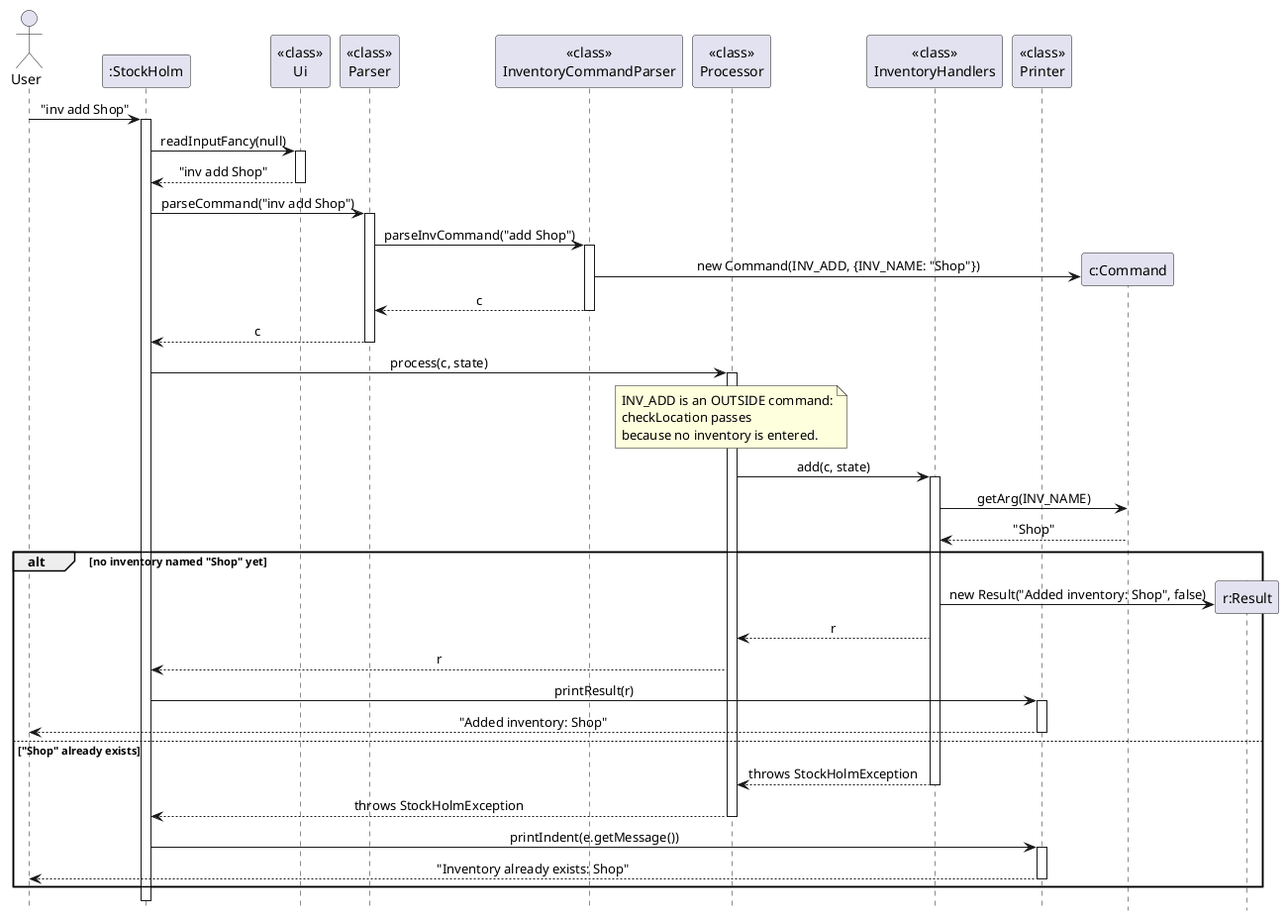
This is docs/images/InvAddSequence.png from AY2627S1-CS2113-W14-4/tp, a PlantUML export, as it was before one commit. Source of this version:
```plantuml
@startuml
hide footbox
skinparam sequenceMessageAlign center

actor User
participant ":StockHolm" as Main
participant "<<class>>\nUi" as Ui
participant "<<class>>\nParser" as Parser
participant "<<class>>\nInventoryCommandParser" as InvParser
participant "<<class>>\nProcessor" as Processor
participant "<<class>>\nInventoryHandlers" as Handlers
participant "<<class>>\nPrinter" as Printer

User -> Main : "inv add Shop"
activate Main
Main -> Ui : readInputFancy(null)
activate Ui
Ui --> Main : "inv add Shop"
deactivate Ui

Main -> Parser : parseCommand("inv add Shop")
activate Parser
Parser -> InvParser : parseInvCommand("add Shop")
activate InvParser
create participant "c:Command" as Cmd
InvParser -> Cmd : new Command(INV_ADD, {INV_NAME: "Shop"})
InvParser --> Parser : c
deactivate InvParser
Parser --> Main : c
deactivate Parser

Main -> Processor : process(c, state)
activate Processor
note over Processor
    INV_ADD is an OUTSIDE command:
    checkLocation passes
    because no inventory is entered.
end note
Processor -> Handlers : add(c, state)
activate Handlers
Handlers -> Cmd : getArg(INV_NAME)
Cmd --> Handlers : "Shop"
alt no inventory named "Shop" yet
    create participant "r:Result" as Res
    Handlers -> Res : new Result("Added inventory: Shop", false)
    Handlers --> Processor : r
    Processor --> Main : r
    Main -> Printer : printResult(r)
    activate Printer
    Printer --> User : "Added inventory: Shop"
    deactivate Printer
else "Shop" already exists
    Handlers --> Processor : throws StockHolmException
    deactivate Handlers
    Processor --> Main : throws StockHolmException
    deactivate Processor
    Main -> Printer : printIndent(e.getMessage())
    activate Printer
    Printer --> User : "Inventory already exists: Shop"
    deactivate Printer
end
deactivate Main
@enduml
```
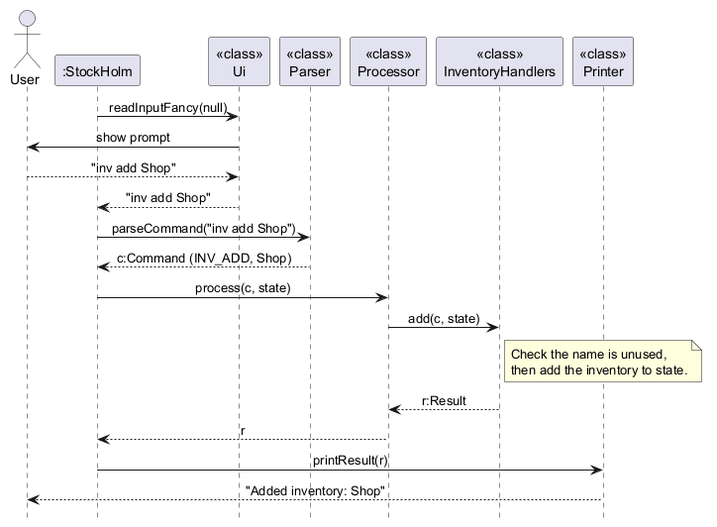
After the change.

Diff of the diagram source:
```diff
@@ -6,58 +6,24 @@
 participant ":StockHolm" as Main
 participant "<<class>>\nUi" as Ui
 participant "<<class>>\nParser" as Parser
-participant "<<class>>\nInventoryCommandParser" as InvParser
 participant "<<class>>\nProcessor" as Processor
 participant "<<class>>\nInventoryHandlers" as Handlers
 participant "<<class>>\nPrinter" as Printer
 
-User -> Main : "inv add Shop"
-activate Main
 Main -> Ui : readInputFancy(null)
-activate Ui
+Ui -> User : show prompt
+User --> Ui : "inv add Shop"
 Ui --> Main : "inv add Shop"
-deactivate Ui
-
 Main -> Parser : parseCommand("inv add Shop")
-activate Parser
-Parser -> InvParser : parseInvCommand("add Shop")
-activate InvParser
-create participant "c:Command" as Cmd
-InvParser -> Cmd : new Command(INV_ADD, {INV_NAME: "Shop"})
-InvParser --> Parser : c
-deactivate InvParser
-Parser --> Main : c
-deactivate Parser
-
+Parser --> Main : c:Command (INV_ADD, Shop)
 Main -> Processor : process(c, state)
-activate Processor
-note over Processor
-    INV_ADD is an OUTSIDE command:
-    checkLocation passes
-    because no inventory is entered.
+Processor -> Handlers : add(c, state)
+note right of Handlers
+    Check the name is unused,
+    then add the inventory to state.
 end note
-Processor -> Handlers : add(c, state)
-activate Handlers
-Handlers -> Cmd : getArg(INV_NAME)
-Cmd --> Handlers : "Shop"
-alt no inventory named "Shop" yet
-    create participant "r:Result" as Res
-    Handlers -> Res : new Result("Added inventory: Shop", false)
-    Handlers --> Processor : r
-    Processor --> Main : r
-    Main -> Printer : printResult(r)
-    activate Printer
-    Printer --> User : "Added inventory: Shop"
-    deactivate Printer
-else "Shop" already exists
-    Handlers --> Processor : throws StockHolmException
-    deactivate Handlers
-    Processor --> Main : throws StockHolmException
-    deactivate Processor
-    Main -> Printer : printIndent(e.getMessage())
-    activate Printer
-    Printer --> User : "Inventory already exists: Shop"
-    deactivate Printer
-end
-deactivate Main
+Handlers --> Processor : r:Result
+Processor --> Main : r
+Main -> Printer : printResult(r)
+Printer --> User : "Added inventory: Shop"
 @enduml
```
